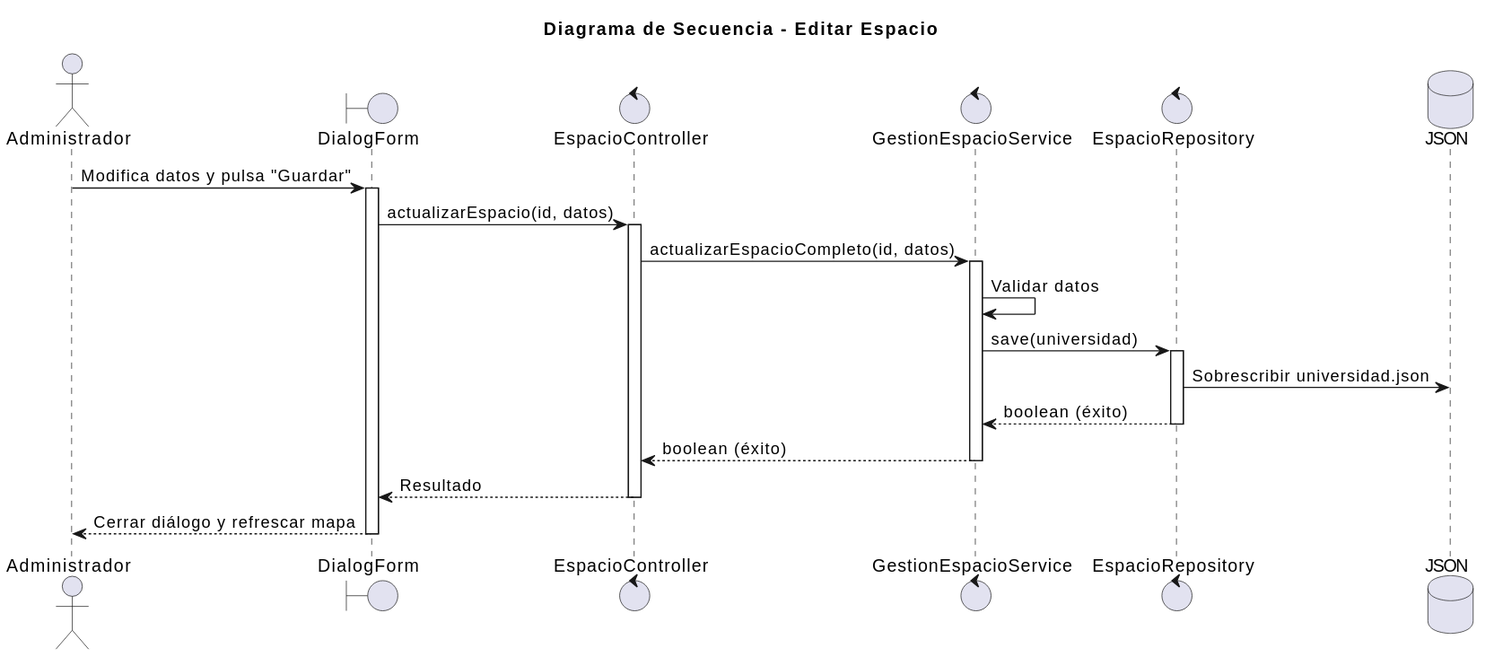
Before: images/02-diseño/00-Administrador/editarEspacio/editarEspacio.svg, a diagram exported from PlantUML (mmasias/25-26-idsw2-sdVC).
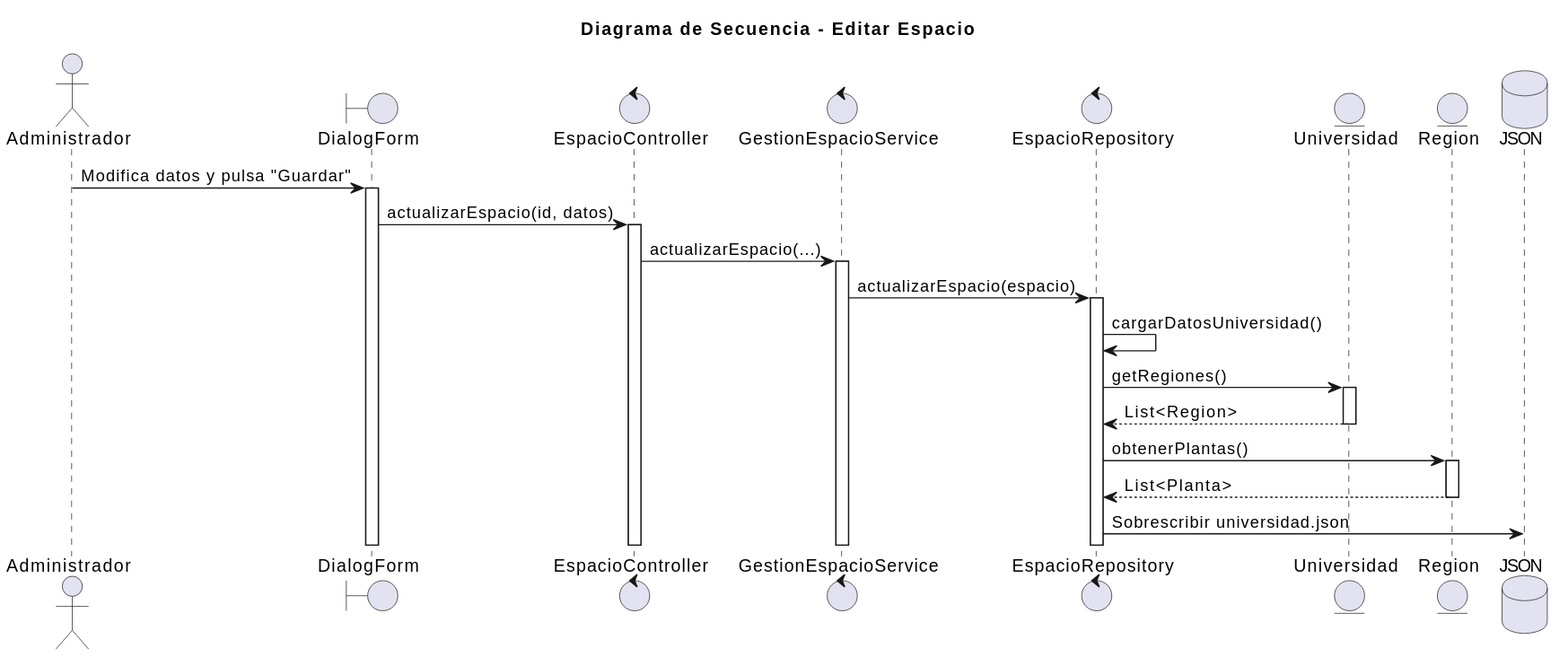
After the commit.

The edit, as a diff of the source:
```diff
@@ -6,24 +6,26 @@
 control "EspacioController" as controller
 control "GestionEspacioService" as service
 control "EspacioRepository" as repository
+entity "Universidad" as uni
+entity "Region" as reg
 database "JSON" as db
 
 admin -> view: Modifica datos y pulsa "Guardar"
 activate view
 view -> controller: actualizarEspacio(id, datos)
 activate controller
-controller -> service: actualizarEspacioCompleto(id, datos)
+controller -> service: actualizarEspacio(...)
 activate service
-service -> service: Validar datos
-service -> repository: save(universidad)
+service -> repository: actualizarEspacio(espacio)
 activate repository
+repository -> repository: cargarDatosUniversidad()
+repository -> uni: getRegiones()
+activate uni
+uni --> repository: List<Region>
+deactivate uni
+repository -> reg: obtenerPlantas()
+activate reg
+reg --> repository: List<Planta>
+deactivate reg
 repository -> db: Sobrescribir universidad.json
-repository --> service: boolean (éxito)
-deactivate repository
-service --> controller: boolean (éxito)
-deactivate service
-controller --> view: Resultado
-deactivate controller
-view --> admin: Cerrar diálogo y refrescar mapa
-deactivate view
 @enduml
```
